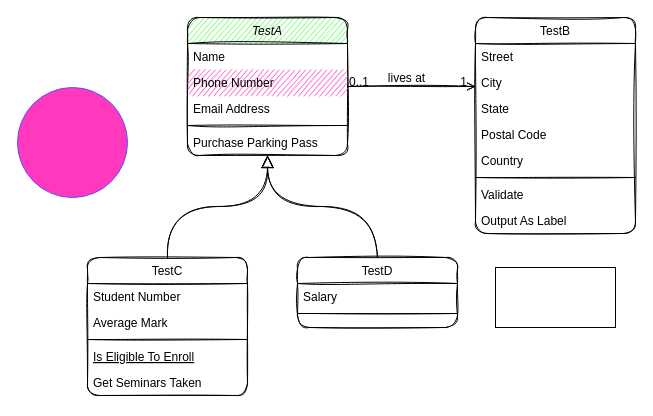
Earlier version of the draw.io diagram frontend/categories/sorting-categories.drawio (HunnySajid/draw). Source tidied: cells renumbered, new cells numbered last; positions are measured from the earlier drawing's top-left corner, leaving out a move shared by most shapes. Both pictures are drawn from the tidied source at 100%, with x=0, y=0 at pixel (17, 17).
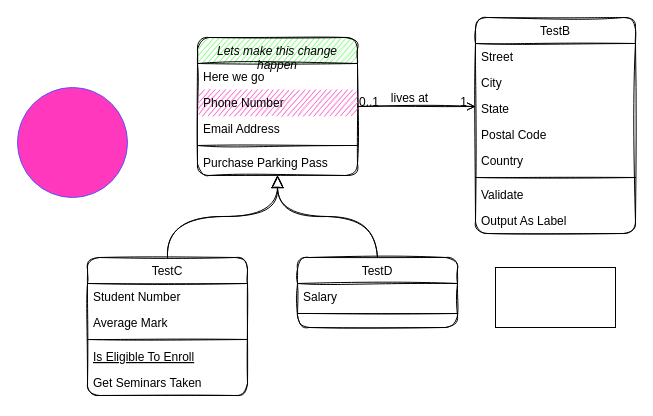
After the change.

Commit message (it also covers changes not shown here):
make changes happen

Diff of the diagram source:
```diff
@@
-    <mxCell id="2" value="TestA" style="swimlane;fontStyle=2;align=center;verticalAlign=top;horizontal=1;startSize=26;rounded=1;shadow=0;strokeWidth=1;sketch=1;fillColor=#57FF52;" parent="1" vertex="1">
-      <mxGeometry x="170" width="160" height="138" as="geometry" />
+    <mxCell id="2" value="Lets make this change &#10;happen" style="swimlane;fontStyle=2;align=center;verticalAlign=top;horizontal=1;startSize=26;rounded=1;shadow=0;strokeWidth=1;sketch=1;fillColor=#57FF52;" parent="1" vertex="1">
+      <mxGeometry x="180" y="20" width="160" height="138" as="geometry" />
     </mxCell>
-    <mxCell id="3" value="Name" style="text;align=left;verticalAlign=top;spacingLeft=4;spacingRight=4;overflow=hidden;sketch=1;rounded=1;" parent="2" vertex="1">
+    <mxCell id="3" value="Here we go" style="text;align=left;verticalAlign=top;spacingLeft=4;spacingRight=4;overflow=hidden;sketch=1;rounded=1;" parent="2" vertex="1">
       <mxGeometry y="26" width="160" height="26" as="geometry" />
     </mxCell>
```
